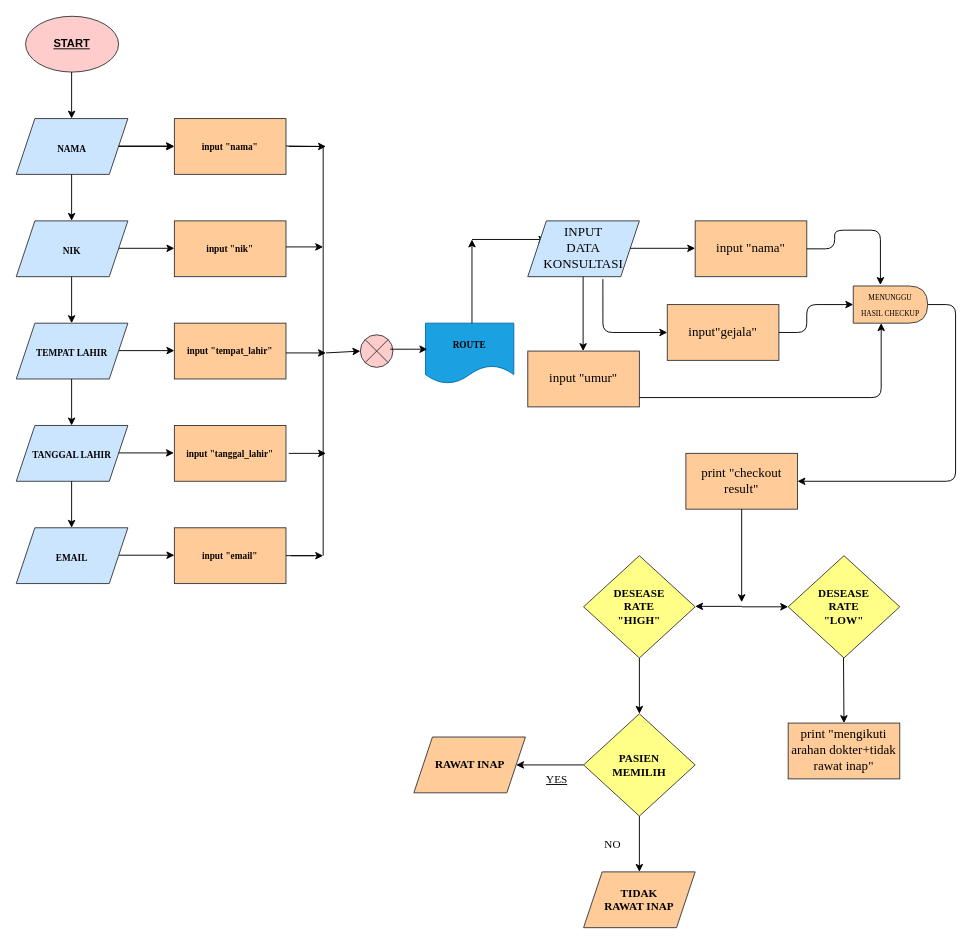
This is flowchart-hospital_admission.drawio from CarlosAprillio2002/carlos_aprillio-hospital_admission, a draw.io file, before an edit. Source tidied: cells renumbered, new cells numbered last; positions are measured from the earlier drawing's top-left corner, leaving out a move shared by most shapes. Both pictures are drawn from the tidied source at 93%, with x=0, y=0 at pixel (16, 16).
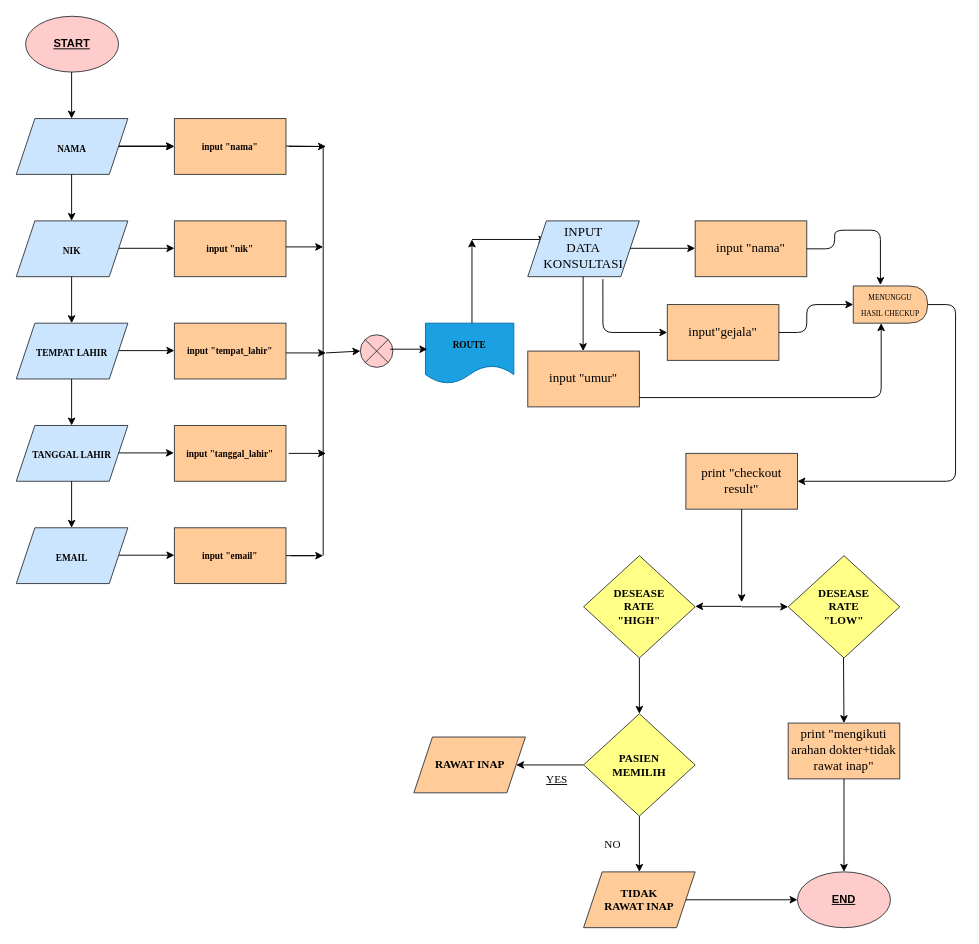
Above is the later version.

Commit message:
END OF THE PROGRESS

Unchanged cells that the change refers to:
```xml
<mxCell id="64" value="&lt;font color=&quot;#000000&quot;&gt;print &quot;mengikuti arahan dokter+tidak rawat inap&quot;&lt;/font&gt;" style="rounded=0;whiteSpace=wrap;html=1;shadow=0;sketch=0;fontFamily=Times New Roman;fontSize=14;strokeColor=#36393d;fillColor=#ffcc99;" parent="1" vertex="1">
  <mxGeometry x="830" y="760" width="120" height="60" as="geometry" />
</mxCell>
```

What changed in the source:
```diff
@@
+    <mxCell id="66" style="endArrow=classic;html=1;labelBackgroundColor=default;fontFamily=Times New Roman;fontSize=12;fontColor=#000000;strokeColor=#000000;entryX=0;entryY=0.5;entryDx=0;entryDy=0;" parent="1" edge="1" target="68">
+      <mxGeometry relative="1" as="geometry">
+        <mxPoint x="720" y="950" as="sourcePoint" />
+      </mxGeometry>
+    </mxCell>
+    <mxCell id="67" style="endArrow=classic;html=1;labelBackgroundColor=default;fontFamily=Times New Roman;fontSize=12;fontColor=#000000;strokeColor=#000000;exitX=0.5;exitY=1;exitDx=0;exitDy=0;entryX=0.5;entryY=0;entryDx=0;entryDy=0;" parent="1" edge="1" source="64" target="68">
+      <mxGeometry relative="1" as="geometry" />
+    </mxCell>
+    <mxCell id="68" value="&lt;b&gt;&lt;u&gt;&lt;font color=&quot;#000000&quot;&gt;END&lt;/font&gt;&lt;/u&gt;&lt;/b&gt;" style="ellipse;whiteSpace=wrap;html=1;fillColor=#ffcccc;strokeColor=#36393d;shadow=0;sketch=0;" parent="1" vertex="1">
+      <mxGeometry x="840" y="920" width="100" height="60" as="geometry" />
+    </mxCell>
```
